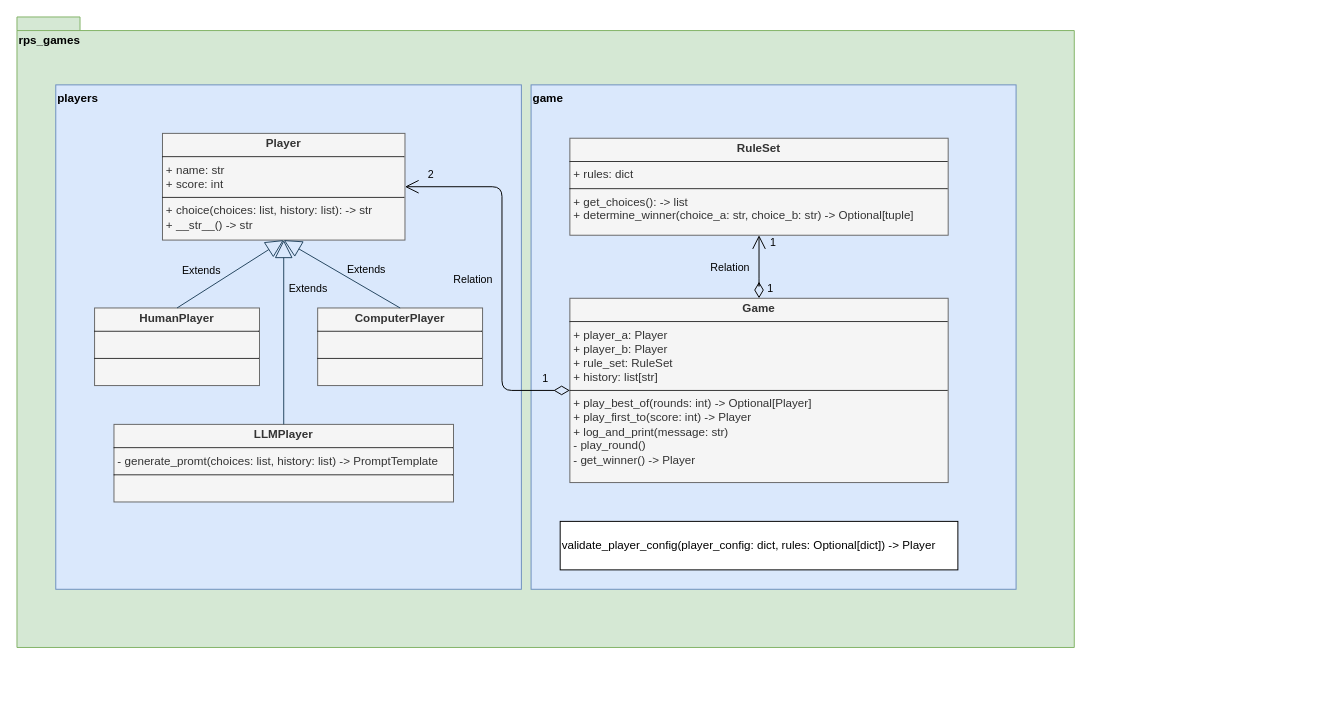
Before: diagrams/classes.drawio in massimilianobotticelli/rock-paper-scissor, a draw.io diagram. Source tidied: cells renumbered, new cells numbered last; positions are measured from the earlier drawing's top-left corner, leaving out a move shared by most shapes. Both pictures are drawn from the tidied source at 97%, with x=0, y=0 at pixel (16, 16).
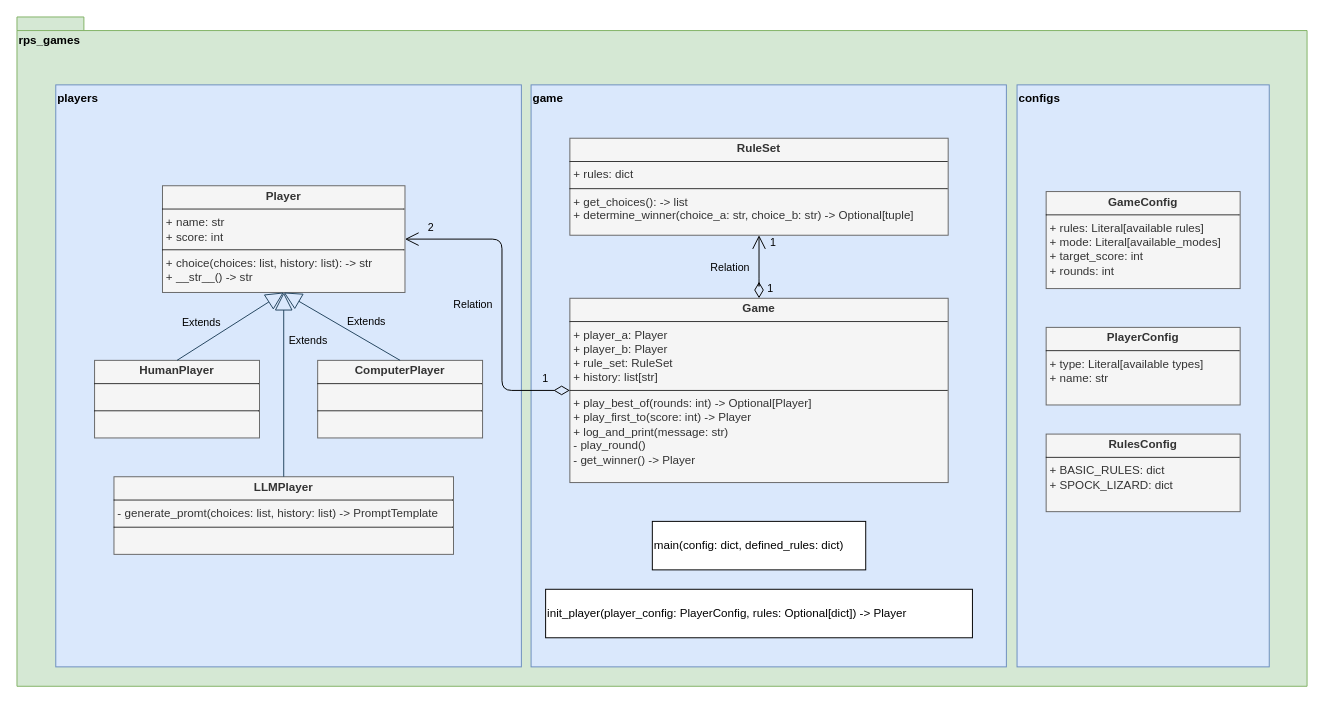
Above is the later version.

The change refers to these unchanged cells:
```xml
<mxCell id="11" value="&lt;p style=&quot;margin:0px;margin-top:4px;text-align:center;&quot;&gt;&lt;b&gt;Game&lt;/b&gt;&lt;/p&gt;&lt;hr size=&quot;1&quot; style=&quot;border-style:solid;&quot;&gt;&lt;p style=&quot;margin:0px;margin-left:4px;&quot;&gt;+ player_a: Player&lt;/p&gt;&lt;p style=&quot;margin:0px;margin-left:4px;&quot;&gt;+ player_b: Player&lt;/p&gt;&lt;p style=&quot;margin:0px;margin-left:4px;&quot;&gt;+ rule_set: RuleSet&lt;/p&gt;&lt;p style=&quot;margin:0px;margin-left:4px;&quot;&gt;+ history: list[str]&lt;/p&gt;&lt;hr size=&quot;1&quot; style=&quot;border-style:solid;&quot;&gt;&lt;p style=&quot;margin:0px;margin-left:4px;&quot;&gt;&lt;span style=&quot;background-color: transparent;&quot;&gt;+ play_best_of(rounds: int) -&amp;gt; Optional[Player]&lt;/span&gt;&lt;/p&gt;&lt;p style=&quot;margin:0px;margin-left:4px;&quot;&gt;+ play_first_to(score: int) -&amp;gt; Player&lt;/p&gt;&lt;p style=&quot;margin:0px;margin-left:4px;&quot;&gt;+ log_and_print(message: str)&lt;/p&gt;&lt;p style=&quot;margin:0px;margin-left:4px;&quot;&gt;- play_round()&lt;/p&gt;&lt;p style=&quot;margin: 0px 0px 0px 4px;&quot;&gt;&lt;span style=&quot;background-color: transparent;&quot;&gt;- get_winner() -&amp;gt; Player&lt;/span&gt;&lt;/p&gt;&lt;p style=&quot;margin:0px;margin-left:4px;&quot;&gt;&lt;br&gt;&lt;/p&gt;" style="verticalAlign=top;align=left;overflow=fill;html=1;whiteSpace=wrap;fillColor=#f5f5f5;strokeColor=#666666;fontColor=#333333;" parent="1" vertex="1">
  <mxGeometry x="570" y="290" width="390" height="190" as="geometry" />
</mxCell>
```

Change to the diagram source:
```diff
@@
     <mxCell id="2" value="rps_games" style="shape=folder;fontStyle=1;spacingTop=10;tabWidth=40;tabHeight=14;tabPosition=left;html=1;whiteSpace=wrap;verticalAlign=top;align=left;fillColor=#d5e8d4;strokeColor=#82b366;" parent="1" vertex="1">
-      <mxGeometry width="1090" height="650" as="geometry" />
+      <mxGeometry width="1330" height="690" as="geometry" />
     </mxCell>
     <mxCell id="3" value="players" style="html=1;whiteSpace=wrap;align=left;verticalAlign=top;fontStyle=1;fillColor=#dae8fc;strokeColor=#6c8ebf;" parent="1" vertex="1">
-      <mxGeometry x="40" y="70" width="480" height="520" as="geometry" />
+      <mxGeometry x="40" y="70" width="480" height="600" as="geometry" />
     </mxCell>
     <mxCell id="4" value="game" style="html=1;whiteSpace=wrap;align=left;verticalAlign=top;fontStyle=1;fillColor=#dae8fc;strokeColor=#6c8ebf;" parent="1" vertex="1">
-      <mxGeometry x="530" y="70" width="500" height="520" as="geometry" />
+      <mxGeometry x="530" y="70" width="490" height="600" as="geometry" />
     </mxCell>
@@
     <mxCell id="6" value="&lt;p style=&quot;margin:0px;margin-top:4px;text-align:center;&quot;&gt;&lt;b&gt;Player&lt;/b&gt;&lt;/p&gt;&lt;hr size=&quot;1&quot; style=&quot;border-style:solid;&quot;&gt;&lt;p style=&quot;margin:0px;margin-left:4px;&quot;&gt;+ name: str&lt;/p&gt;&lt;p style=&quot;margin:0px;margin-left:4px;&quot;&gt;+ score: int&lt;/p&gt;&lt;hr size=&quot;1&quot; style=&quot;border-style:solid;&quot;&gt;&lt;p style=&quot;margin:0px;margin-left:4px;&quot;&gt;+ choice(choices: list, history: list): -&amp;gt; str&lt;/p&gt;&lt;p style=&quot;margin:0px;margin-left:4px;&quot;&gt;+ __str__() -&amp;gt; str&lt;/p&gt;" style="verticalAlign=top;align=left;overflow=fill;html=1;whiteSpace=wrap;fillColor=#f5f5f5;strokeColor=#666666;fontColor=#333333;" parent="1" vertex="1">
-      <mxGeometry x="150" y="120" width="250" height="110" as="geometry" />
+      <mxGeometry x="150" y="174" width="250" height="110" as="geometry" />
     </mxCell>
     <mxCell id="7" value="&lt;p style=&quot;margin:0px;margin-top:4px;text-align:center;&quot;&gt;&lt;b&gt;HumanPlayer&lt;/b&gt;&lt;/p&gt;&lt;hr size=&quot;1&quot; style=&quot;border-style:solid;&quot;&gt;&lt;p style=&quot;margin:0px;margin-left:4px;&quot;&gt;&lt;br&gt;&lt;/p&gt;&lt;hr size=&quot;1&quot; style=&quot;border-style:solid;&quot;&gt;&lt;p style=&quot;margin:0px;margin-left:4px;&quot;&gt;&lt;br&gt;&lt;/p&gt;" style="verticalAlign=top;align=left;overflow=fill;html=1;whiteSpace=wrap;fillColor=#f5f5f5;strokeColor=#666666;fontColor=#333333;" parent="1" vertex="1">
-      <mxGeometry x="80" y="300" width="170" height="80" as="geometry" />
+      <mxGeometry x="80" y="354" width="170" height="80" as="geometry" />
     </mxCell>
     <mxCell id="8" value="&lt;p style=&quot;margin:0px;margin-top:4px;text-align:center;&quot;&gt;&lt;b&gt;ComputerPlayer&lt;/b&gt;&lt;/p&gt;&lt;hr size=&quot;1&quot; style=&quot;border-style:solid;&quot;&gt;&lt;p style=&quot;margin:0px;margin-left:4px;&quot;&gt;&lt;br&gt;&lt;/p&gt;&lt;hr size=&quot;1&quot; style=&quot;border-style:solid;&quot;&gt;&lt;p style=&quot;margin:0px;margin-left:4px;&quot;&gt;&lt;br&gt;&lt;/p&gt;" style="verticalAlign=top;align=left;overflow=fill;html=1;whiteSpace=wrap;fillColor=#f5f5f5;strokeColor=#666666;fontColor=#333333;" parent="1" vertex="1">
-      <mxGeometry x="310" y="300" width="170" height="80" as="geometry" />
+      <mxGeometry x="310" y="354" width="170" height="80" as="geometry" />
     </mxCell>
@@
     <mxCell id="12" value="&lt;p style=&quot;margin:0px;margin-top:4px;text-align:center;&quot;&gt;&lt;b&gt;LLMPlayer&lt;/b&gt;&lt;/p&gt;&lt;hr size=&quot;1&quot; style=&quot;border-style:solid;&quot;&gt;&lt;p style=&quot;margin:0px;margin-left:4px;&quot;&gt;- generate_promt(choices: list, history: list) -&amp;gt; PromptTemplate&lt;/p&gt;&lt;hr size=&quot;1&quot; style=&quot;border-style:solid;&quot;&gt;&lt;p style=&quot;margin:0px;margin-left:4px;&quot;&gt;&lt;br&gt;&lt;/p&gt;" style="verticalAlign=top;align=left;overflow=fill;html=1;whiteSpace=wrap;fillColor=#f5f5f5;strokeColor=#666666;fontColor=#333333;" parent="1" vertex="1">
-      <mxGeometry x="100" y="420" width="350" height="80" as="geometry" />
+      <mxGeometry x="100" y="474" width="350" height="80" as="geometry" />
     </mxCell>
     <mxCell id="13" value="Extends" style="endArrow=block;endSize=16;endFill=0;html=1;exitX=0.5;exitY=0;exitDx=0;exitDy=0;fillColor=#bac8d3;strokeColor=#23445d;labelBackgroundColor=none;" parent="1" edge="1" source="12">
       <mxGeometry x="0.47" y="-25" relative="1" as="geometry">
-        <mxPoint x="275" y="230" as="targetPoint" />
+        <mxPoint x="275" y="284" as="targetPoint" />
       </mxGeometry>
     </mxCell>
-    <mxCell id="14" value="validate_player_config(player_config: dict, rules: Optional[dict]) -&amp;gt; Player" style="html=1;whiteSpace=wrap;align=left;" parent="1" vertex="1">
-      <mxGeometry x="560" y="520" width="410" height="50" as="geometry" />
+    <mxCell id="14" value="init_player(player_config: PlayerConfig, rules: Optional[dict]) -&amp;gt; Player" style="html=1;whiteSpace=wrap;align=left;" parent="1" vertex="1">
+      <mxGeometry x="545" y="590" width="440" height="50" as="geometry" />
     </mxCell>
     <mxCell id="15" value="Relation" style="endArrow=open;html=1;endSize=12;startArrow=diamondThin;startSize=14;startFill=0;edgeStyle=orthogonalEdgeStyle;entryX=1;entryY=0.5;entryDx=0;entryDy=0;exitX=0;exitY=0.5;exitDx=0;exitDy=0;fontColor=default;labelBackgroundColor=none;" parent="1" edge="1" source="11" target="6">
       <mxGeometry x="-0.03" y="30" relative="1" as="geometry">
         <Array as="points">
           <mxPoint x="500" y="385" />
-          <mxPoint x="500" y="175" />
+          <mxPoint x="500" y="229" />
         </Array>
       </mxGeometry>
     </mxCell>
@@
+    <mxCell id="21" value="main(config: dict, defined_rules: dict)" style="html=1;whiteSpace=wrap;align=left;" parent="1" vertex="1">
+      <mxGeometry x="655" y="520" width="220" height="50" as="geometry" />
+    </mxCell>
+    <mxCell id="22" value="configs" style="html=1;whiteSpace=wrap;align=left;verticalAlign=top;fontStyle=1;fillColor=#dae8fc;strokeColor=#6c8ebf;" parent="1" vertex="1">
+      <mxGeometry x="1031" y="70" width="260" height="600" as="geometry" />
+    </mxCell>
+    <mxCell id="23" value="&lt;p style=&quot;margin:0px;margin-top:4px;text-align:center;&quot;&gt;&lt;b&gt;GameConfig&lt;/b&gt;&lt;/p&gt;&lt;hr size=&quot;1&quot; style=&quot;border-style:solid;&quot;&gt;&lt;p style=&quot;margin:0px;margin-left:4px;&quot;&gt;+ rules: Literal[available rules]&lt;/p&gt;&lt;p style=&quot;margin:0px;margin-left:4px;&quot;&gt;+ mode: Literal[available_modes]&lt;/p&gt;&lt;p style=&quot;margin:0px;margin-left:4px;&quot;&gt;+ target_score: int&lt;/p&gt;&lt;p style=&quot;margin:0px;margin-left:4px;&quot;&gt;+ rounds: int&lt;/p&gt;" style="verticalAlign=top;align=left;overflow=fill;html=1;whiteSpace=wrap;fillColor=#f5f5f5;strokeColor=#666666;fontColor=#333333;" parent="1" vertex="1">
+      <mxGeometry x="1061" y="180" width="200" height="100" as="geometry" />
+    </mxCell>
+    <mxCell id="24" value="&lt;p style=&quot;margin:0px;margin-top:4px;text-align:center;&quot;&gt;&lt;b&gt;PlayerConfig&lt;/b&gt;&lt;/p&gt;&lt;hr size=&quot;1&quot; style=&quot;border-style:solid;&quot;&gt;&lt;p style=&quot;margin:0px;margin-left:4px;&quot;&gt;+ type: Literal[available types]&lt;/p&gt;&lt;p style=&quot;margin:0px;margin-left:4px;&quot;&gt;+ name: str&lt;/p&gt;" style="verticalAlign=top;align=left;overflow=fill;html=1;whiteSpace=wrap;fillColor=#f5f5f5;strokeColor=#666666;fontColor=#333333;" parent="1" vertex="1">
+      <mxGeometry x="1061" y="320" width="200" height="80" as="geometry" />
+    </mxCell>
+    <mxCell id="25" value="&lt;p style=&quot;margin:0px;margin-top:4px;text-align:center;&quot;&gt;&lt;b&gt;RulesConfig&lt;/b&gt;&lt;/p&gt;&lt;hr size=&quot;1&quot; style=&quot;border-style:solid;&quot;&gt;&lt;p style=&quot;margin:0px;margin-left:4px;&quot;&gt;+ BASIC_RULES: dict&lt;/p&gt;&lt;p style=&quot;margin:0px;margin-left:4px;&quot;&gt;&lt;span style=&quot;background-color: transparent;&quot;&gt;+ SPOCK_LIZARD: dict&lt;/span&gt;&lt;/p&gt;" style="verticalAlign=top;align=left;overflow=fill;html=1;whiteSpace=wrap;fillColor=#f5f5f5;strokeColor=#666666;fontColor=#333333;" parent="1" vertex="1">
+      <mxGeometry x="1061" y="430" width="200" height="80" as="geometry" />
+    </mxCell>
```
